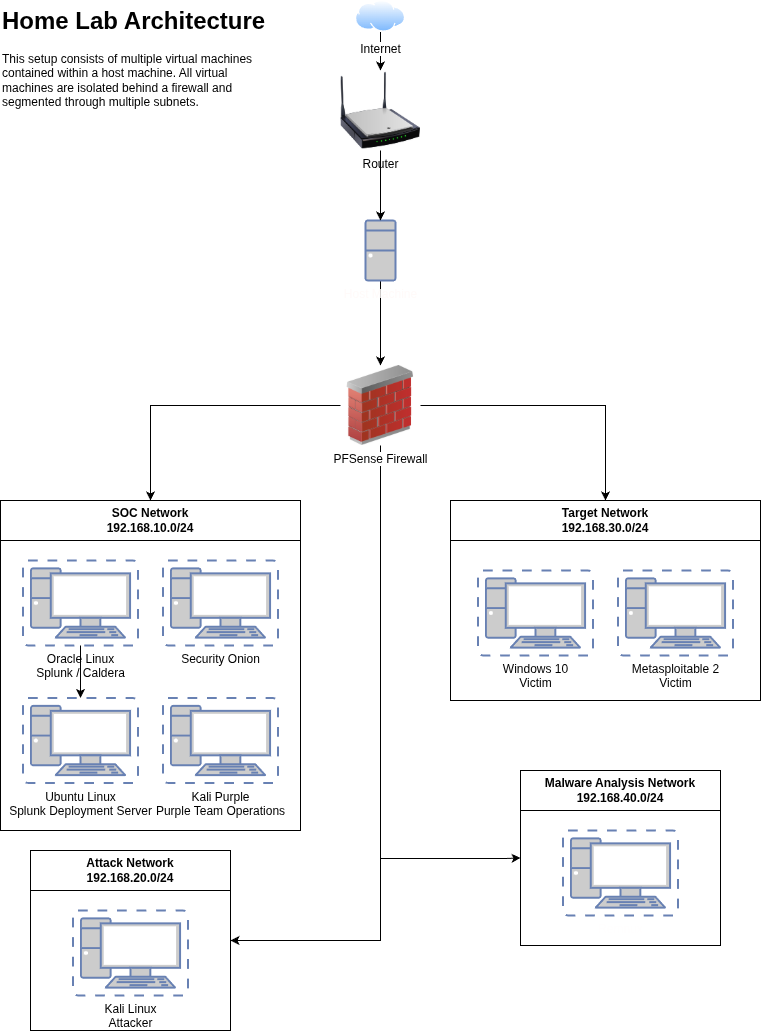
Earlier version of the draw.io export pfsense-firewall-lab/docs/Home_Lab_Network.drawio.png (Coded-Alchemy/SOC-Home-Lab). Source tidied: cells renumbered, new cells last; positions are measured from the earlier drawing's top-left corner, leaving out a move shared by most shapes.
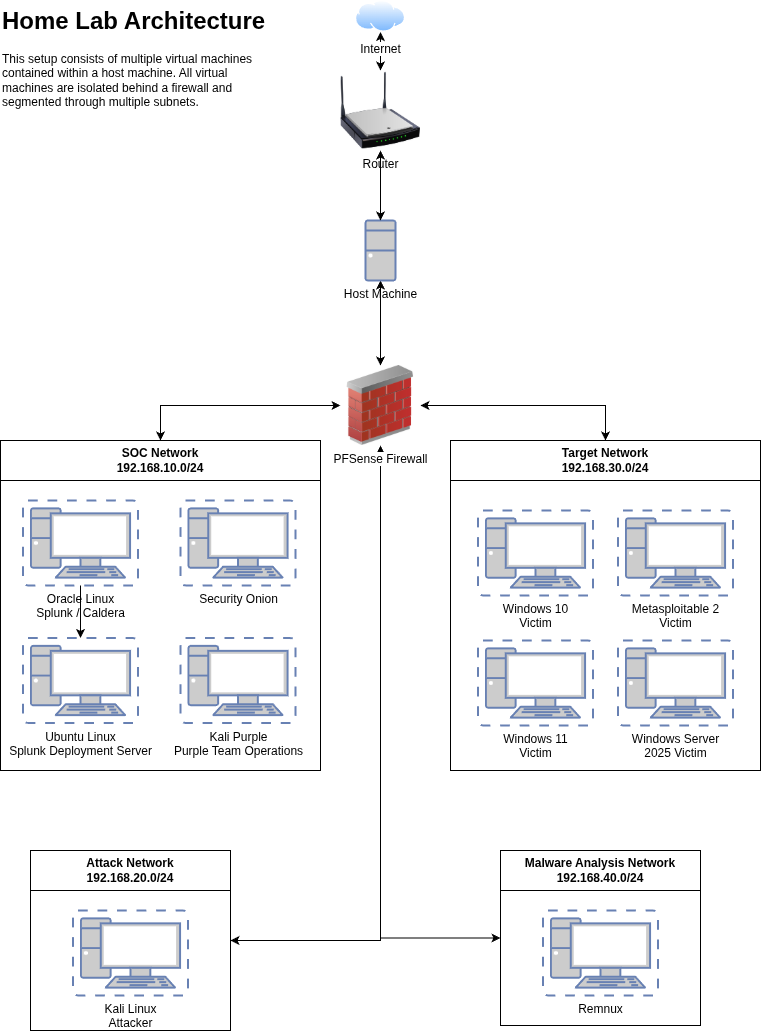
The same diagram one commit later.

Diff of the diagram source:
```diff
@@ -2,7 +2,7 @@
   <root>
     <mxCell id="0" />
     <mxCell id="1" parent="0" />
-    <mxCell id="2" style="edgeStyle=orthogonalEdgeStyle;rounded=0;jettySize=auto;html=1;" parent="1" edge="1" source="3" target="4">
+    <mxCell id="2" style="edgeStyle=orthogonalEdgeStyle;rounded=0;jettySize=auto;html=1;startArrow=classic;startFill=1;" parent="1" edge="1" source="3" target="4">
       <mxGeometry relative="1" as="geometry" />
     </mxCell>
     <mxCell id="3" value="Internet" style="image;perimeter=ellipsePerimeter;html=1;align=center;shadow=0;dashed=0;spacingTop=3;image=img/lib/active_directory/internet_cloud.svg;" parent="1" vertex="1">
@@ -11,24 +11,23 @@
     <mxCell id="4" value="Router" style="image;html=1;image=img/lib/clip_art/networking/Wireless_Router_N_128x128.png;" parent="1" vertex="1">
       <mxGeometry x="340" y="70" width="80" height="80" as="geometry" />
     </mxCell>
-    <mxCell id="5" style="edgeStyle=orthogonalEdgeStyle;rounded=0;jettySize=auto;html=1;entryX=0.5;entryY=0;entryDx=0;entryDy=0;" parent="1" edge="1" source="9" target="13">
+    <mxCell id="5" style="edgeStyle=orthogonalEdgeStyle;rounded=0;jettySize=auto;html=1;entryX=0.5;entryY=0;entryDx=0;entryDy=0;startArrow=classic;startFill=1;" parent="1" edge="1" source="9" target="13">
       <mxGeometry relative="1" as="geometry" />
     </mxCell>
-    <mxCell id="6" style="edgeStyle=orthogonalEdgeStyle;rounded=0;jettySize=auto;html=1;entryX=0.5;entryY=0;entryDx=0;entryDy=0;" parent="1" edge="1" source="9" target="19">
+    <mxCell id="6" style="edgeStyle=orthogonalEdgeStyle;rounded=0;jettySize=auto;html=1;entryX=0.5;entryY=0;entryDx=0;entryDy=0;startArrow=classic;startFill=1;" parent="1" edge="1" source="9" target="19">
       <mxGeometry relative="1" as="geometry" />
     </mxCell>
-    <mxCell id="7" style="edgeStyle=orthogonalEdgeStyle;rounded=0;jettySize=auto;html=1;entryX=1;entryY=0.5;entryDx=0;entryDy=0;" parent="1" edge="1" source="9" target="22">
+    <mxCell id="7" style="edgeStyle=orthogonalEdgeStyle;rounded=0;jettySize=auto;html=1;entryX=1;entryY=0.5;entryDx=0;entryDy=0;startArrow=classic;startFill=1;" parent="1" edge="1" source="9" target="22">
       <mxGeometry relative="1" as="geometry">
         <Array as="points">
           <mxPoint x="380" y="940" />
         </Array>
       </mxGeometry>
     </mxCell>
-    <mxCell id="8" style="edgeStyle=orthogonalEdgeStyle;rounded=0;jettySize=auto;html=1;entryX=0;entryY=0.5;entryDx=0;entryDy=0;" parent="1" edge="1" source="9" target="24">
+    <mxCell id="8" style="edgeStyle=orthogonalEdgeStyle;rounded=0;jettySize=auto;html=1;entryX=0;entryY=0.5;entryDx=0;entryDy=0;startArrow=classic;startFill=1;" parent="1" edge="1" source="9" target="24">
       <mxGeometry relative="1" as="geometry">
         <Array as="points">
-          <mxPoint x="380" y="858" />
-          <mxPoint x="505" y="858" />
+          <mxPoint x="380" y="938" />
         </Array>
       </mxGeometry>
     </mxCell>
@@ -38,14 +37,14 @@
     <mxCell id="10" value="&lt;h1 style=&quot;margin-top: 0px;&quot;&gt;Home Lab Architecture&lt;/h1&gt;&lt;div&gt;This setup consists of multiple virtual machines contained within a host machine. All virtual machines are isolated behind a firewall and segmented through multiple subnets.&lt;/div&gt;" style="text;html=1;whiteSpace=wrap;overflow=hidden;rounded=0;" parent="1" vertex="1">
       <mxGeometry width="280" height="240" as="geometry" />
     </mxCell>
-    <mxCell id="11" style="edgeStyle=orthogonalEdgeStyle;rounded=0;jettySize=auto;html=1;entryX=0.5;entryY=0;entryDx=0;entryDy=0;" parent="1" edge="1" source="12" target="9">
+    <mxCell id="11" style="edgeStyle=orthogonalEdgeStyle;rounded=0;jettySize=auto;html=1;entryX=0.5;entryY=0;entryDx=0;entryDy=0;startArrow=classic;startFill=1;" parent="1" edge="1" source="12" target="9">
       <mxGeometry relative="1" as="geometry" />
     </mxCell>
-    <mxCell id="12" value="&lt;font style=&quot;color: rgb(255, 250, 249);&quot;&gt;Host Machine&lt;/font&gt;" style="fontColor=#0066CC;verticalAlign=top;verticalLabelPosition=bottom;labelPosition=center;align=center;html=1;outlineConnect=0;fillColor=#CCCCCC;strokeColor=#6881B3;gradientColor=none;gradientDirection=north;strokeWidth=2;shape=mxgraph.networks.desktop_pc;" parent="1" vertex="1">
+    <mxCell id="12" value="&lt;font color=&quot;#000000&quot; style=&quot;&quot;&gt;Host Machine&lt;/font&gt;" style="fontColor=#0066CC;verticalAlign=top;verticalLabelPosition=bottom;labelPosition=center;align=center;html=1;outlineConnect=0;fillColor=#CCCCCC;strokeColor=#6881B3;gradientColor=none;gradientDirection=north;strokeWidth=2;shape=mxgraph.networks.desktop_pc;" parent="1" vertex="1">
       <mxGeometry x="365" y="220" width="30" height="60" as="geometry" />
     </mxCell>
     <mxCell id="13" value="SOC Network&lt;div&gt;192.168.10.0/24&lt;/div&gt;" style="swimlane;whiteSpace=wrap;html=1;startSize=40;" parent="1" vertex="1">
-      <mxGeometry y="500" width="300" height="330" as="geometry" />
+      <mxGeometry y="440" width="320" height="330" as="geometry" />
     </mxCell>
     <mxCell id="14" style="edgeStyle=orthogonalEdgeStyle;rounded=0;jettySize=auto;html=1;" parent="13" edge="1" source="15" target="17">
       <mxGeometry relative="1" as="geometry" />
@@ -54,16 +53,16 @@
       <mxGeometry x="22.5" y="60" width="115" height="85" as="geometry" />
     </mxCell>
     <mxCell id="16" value="&lt;font color=&quot;#000000&quot; style=&quot;&quot;&gt;Security Onion&lt;/font&gt;" style="fontColor=#0066CC;verticalAlign=top;verticalLabelPosition=bottom;labelPosition=center;align=center;html=1;fillColor=#CCCCCC;strokeColor=#6881B3;gradientColor=none;gradientDirection=north;strokeWidth=2;shape=mxgraph.networks.virtual_pc;" parent="13" vertex="1">
-      <mxGeometry x="162.5" y="60" width="115" height="85" as="geometry" />
+      <mxGeometry x="180" y="60" width="115" height="85" as="geometry" />
     </mxCell>
     <mxCell id="17" value="&lt;font color=&quot;#000000&quot; style=&quot;&quot;&gt;Ubuntu Linux&lt;/font&gt;&lt;div&gt;&lt;font color=&quot;#000000&quot; style=&quot;&quot;&gt;Splunk Deployment Server&lt;/font&gt;&lt;/div&gt;" style="fontColor=#0066CC;verticalAlign=top;verticalLabelPosition=bottom;labelPosition=center;align=center;html=1;outlineConnect=0;fillColor=#CCCCCC;strokeColor=#6881B3;gradientColor=none;gradientDirection=north;strokeWidth=2;shape=mxgraph.networks.virtual_pc;" parent="13" vertex="1">
       <mxGeometry x="22.5" y="197.5" width="115" height="85" as="geometry" />
     </mxCell>
     <mxCell id="18" value="&lt;font color=&quot;#000000&quot;&gt;Kali Purple&lt;/font&gt;&lt;div&gt;&lt;font color=&quot;#000000&quot;&gt;Purple Team Operations&lt;/font&gt;&lt;/div&gt;" style="fontColor=#0066CC;verticalAlign=top;verticalLabelPosition=bottom;labelPosition=center;align=center;html=1;fillColor=#CCCCCC;strokeColor=#6881B3;gradientColor=none;gradientDirection=north;strokeWidth=2;shape=mxgraph.networks.virtual_pc;" parent="13" vertex="1">
-      <mxGeometry x="162.5" y="197.5" width="115" height="85" as="geometry" />
+      <mxGeometry x="180" y="197.5" width="115" height="85" as="geometry" />
     </mxCell>
     <mxCell id="19" value="Target Network&lt;div&gt;192.168.30.0/24&lt;/div&gt;" style="swimlane;whiteSpace=wrap;html=1;startSize=40;" parent="1" vertex="1">
-      <mxGeometry x="450" y="500" width="310" height="200" as="geometry" />
+      <mxGeometry x="450" y="440" width="310" height="330" as="geometry" />
     </mxCell>
     <mxCell id="20" value="&lt;font color=&quot;#000000&quot; style=&quot;&quot;&gt;Windows 10&lt;/font&gt;&lt;div&gt;&lt;font color=&quot;#000000&quot; style=&quot;&quot;&gt;Victim&lt;/font&gt;&lt;/div&gt;" style="fontColor=#0066CC;verticalAlign=top;verticalLabelPosition=bottom;labelPosition=center;align=center;html=1;fillColor=#CCCCCC;strokeColor=#6881B3;gradientColor=none;gradientDirection=north;strokeWidth=2;shape=mxgraph.networks.virtual_pc;" parent="19" vertex="1">
       <mxGeometry x="27.5" y="70" width="115" height="85" as="geometry" />
@@ -71,6 +70,12 @@
     <mxCell id="21" value="&lt;font color=&quot;#000000&quot; style=&quot;&quot;&gt;Metasploitable 2&lt;/font&gt;&lt;div&gt;&lt;font color=&quot;#000000&quot; style=&quot;&quot;&gt;Victim&lt;/font&gt;&lt;/div&gt;" style="fontColor=#0066CC;verticalAlign=top;verticalLabelPosition=bottom;labelPosition=center;align=center;html=1;fillColor=#CCCCCC;strokeColor=#6881B3;gradientColor=none;gradientDirection=north;strokeWidth=2;shape=mxgraph.networks.virtual_pc;" parent="19" vertex="1">
       <mxGeometry x="167.5" y="70" width="115" height="85" as="geometry" />
     </mxCell>
+    <mxCell id="27" value="&lt;font color=&quot;#000000&quot; style=&quot;&quot;&gt;Windows 11&lt;/font&gt;&lt;div&gt;&lt;font color=&quot;#000000&quot; style=&quot;&quot;&gt;Victim&lt;/font&gt;&lt;/div&gt;" style="fontColor=#0066CC;verticalAlign=top;verticalLabelPosition=bottom;labelPosition=center;align=center;html=1;fillColor=#CCCCCC;strokeColor=#6881B3;gradientColor=none;gradientDirection=north;strokeWidth=2;shape=mxgraph.networks.virtual_pc;" parent="19" vertex="1">
+      <mxGeometry x="27.5" y="200" width="115" height="85" as="geometry" />
+    </mxCell>
+    <mxCell id="28" value="&lt;font color=&quot;#000000&quot; style=&quot;&quot;&gt;Windows Server&lt;/font&gt;&lt;div&gt;&lt;/div&gt;&lt;div&gt;&lt;font color=&quot;#000000&quot; style=&quot;&quot;&gt;2025 Victim&lt;/font&gt;&lt;/div&gt;" style="fontColor=#0066CC;verticalAlign=top;verticalLabelPosition=bottom;labelPosition=center;align=center;html=1;fillColor=#CCCCCC;strokeColor=#6881B3;gradientColor=none;gradientDirection=north;strokeWidth=2;shape=mxgraph.networks.virtual_pc;" parent="19" vertex="1">
+      <mxGeometry x="167.5" y="200" width="115" height="85" as="geometry" />
+    </mxCell>
     <mxCell id="22" value="Attack Network&lt;div&gt;192.168.20.0/24&lt;/div&gt;" style="swimlane;whiteSpace=wrap;html=1;startSize=40;" parent="1" vertex="1">
       <mxGeometry x="30" y="850" width="200" height="180" as="geometry" />
     </mxCell>
@@ -78,12 +83,12 @@
       <mxGeometry x="42.5" y="60" width="115" height="85" as="geometry" />
     </mxCell>
     <mxCell id="24" value="Malware Analysis Network&lt;div&gt;192.168.40.0/24&lt;/div&gt;" style="swimlane;whiteSpace=wrap;html=1;startSize=40;" parent="1" vertex="1">
-      <mxGeometry x="520" y="770" width="200" height="175" as="geometry" />
+      <mxGeometry x="500" y="850" width="200" height="175" as="geometry" />
     </mxCell>
-    <mxCell id="25" value="&lt;font style=&quot;color: rgb(255, 254, 254);&quot;&gt;Remnux&lt;/font&gt;" style="fontColor=#0066CC;verticalAlign=top;verticalLabelPosition=bottom;labelPosition=center;align=center;html=1;fillColor=#CCCCCC;strokeColor=#6881B3;gradientColor=none;gradientDirection=north;strokeWidth=2;shape=mxgraph.networks.virtual_pc;" parent="24" vertex="1">
+    <mxCell id="25" value="&lt;font color=&quot;#000000&quot; style=&quot;&quot;&gt;Remnux&lt;/font&gt;" style="fontColor=#0066CC;verticalAlign=top;verticalLabelPosition=bottom;labelPosition=center;align=center;html=1;fillColor=#CCCCCC;strokeColor=#6881B3;gradientColor=none;gradientDirection=north;strokeWidth=2;shape=mxgraph.networks.virtual_pc;" parent="24" vertex="1">
       <mxGeometry x="42.5" y="60" width="115" height="85" as="geometry" />
     </mxCell>
-    <mxCell id="26" style="edgeStyle=orthogonalEdgeStyle;rounded=0;jettySize=auto;html=1;entryX=0.5;entryY=0;entryDx=0;entryDy=0;entryPerimeter=0;" parent="1" edge="1" source="4" target="12">
+    <mxCell id="26" style="edgeStyle=orthogonalEdgeStyle;rounded=0;jettySize=auto;html=1;entryX=0.5;entryY=0;entryDx=0;entryDy=0;entryPerimeter=0;startArrow=classic;startFill=1;" parent="1" edge="1" source="4" target="12">
       <mxGeometry relative="1" as="geometry" />
     </mxCell>
   </root>
```
